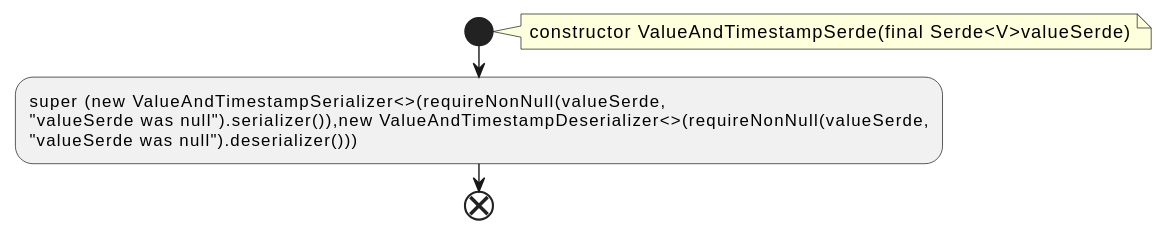
Before: docs/qc/streams/src/main/java/org/apache/kafka/streams/state/internals/ValueAndTimestampSerde.java.fct.svg, a diagram exported from PlantUML (qualitesys/kafka).
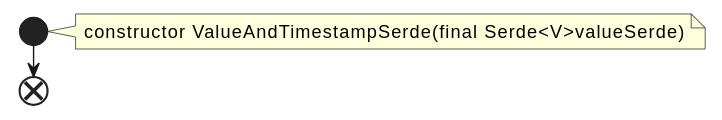
The same diagram one commit later.

What changed in the source:
```diff
@@ -4,8 +4,5 @@
 note right
 constructor ValueAndTimestampSerde(final Serde<V>valueSerde)
 end note
-:super (new ValueAndTimestampSerializer<>(requireNonNull(valueSerde,
-"valueSerde was null").serializer()),new ValueAndTimestampDeserializer<>(requireNonNull(valueSerde,
-"valueSerde was null").deserializer()));
 end
 @enduml
```
